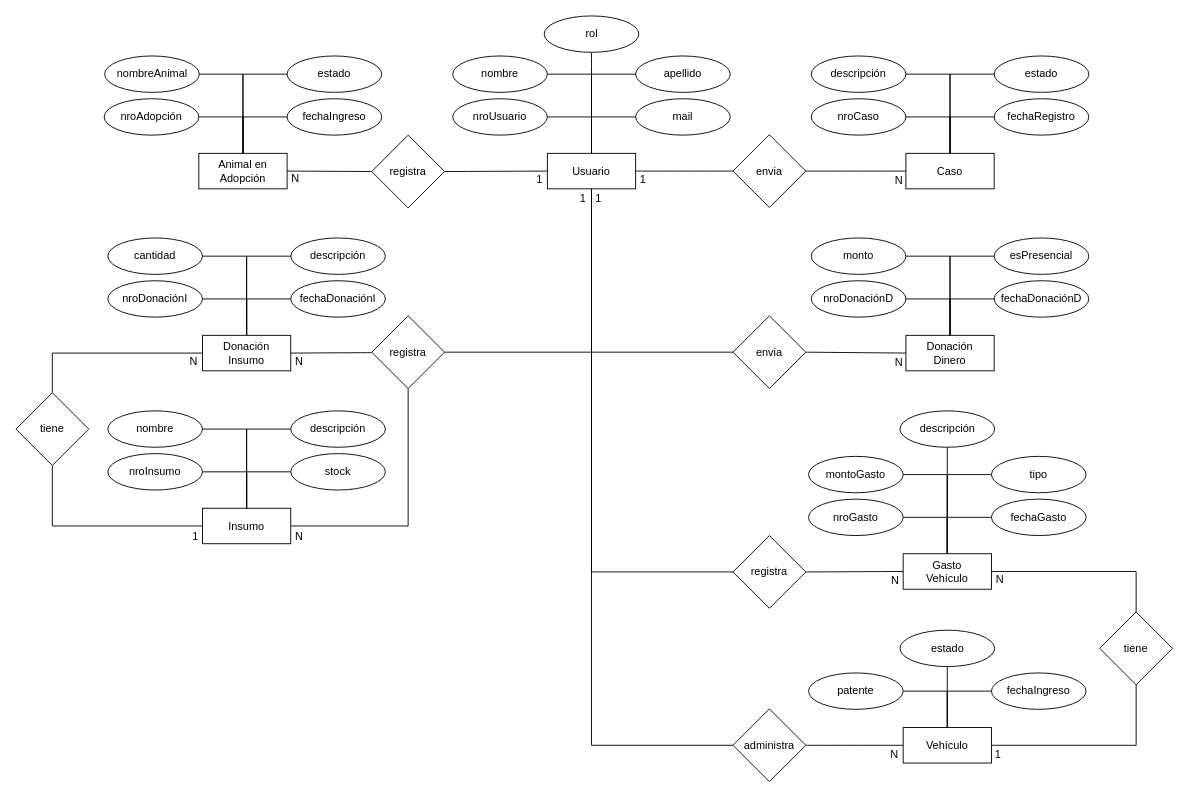
Before: DER RECAM.drawio in franualba/diagrams, a draw.io diagram. Source tidied: cells renumbered, new cells numbered last; positions are measured from the earlier drawing's top-left corner, leaving out a move shared by most shapes. Both pictures are drawn from the tidied source at 91%, with x=0, y=0 at pixel (15, 15).
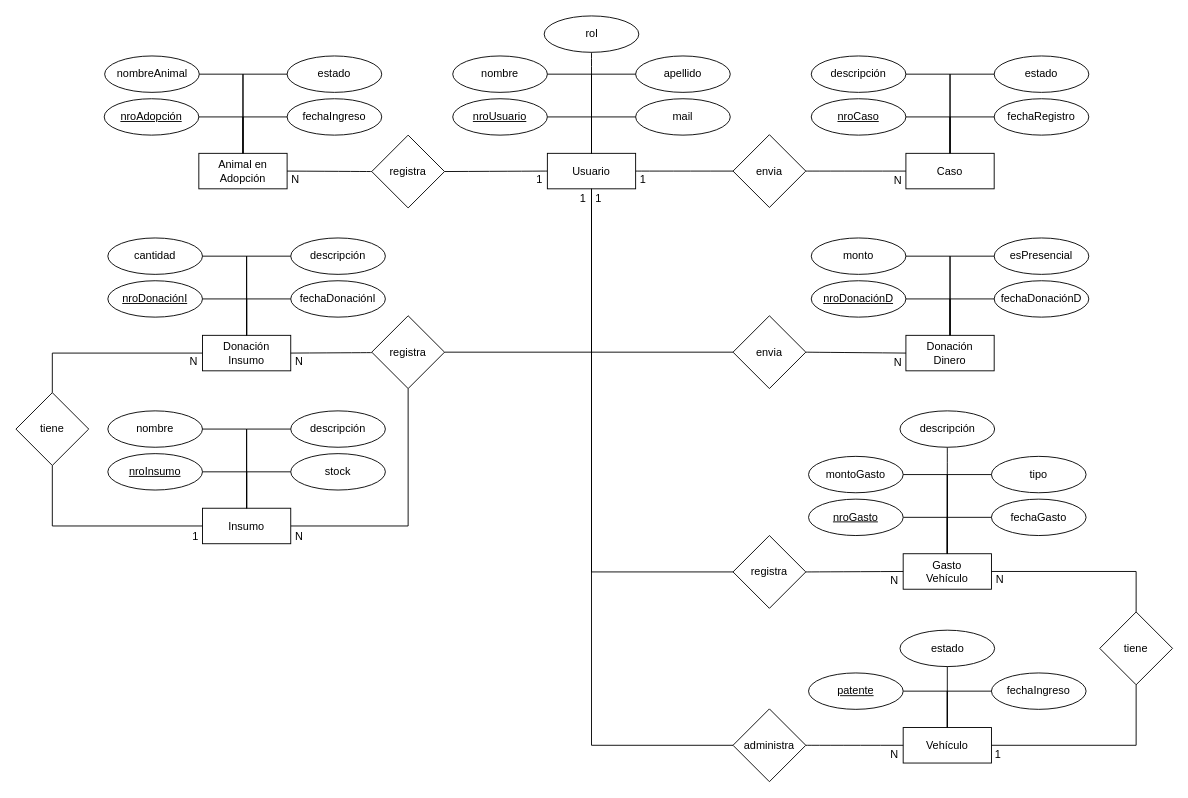
The same diagram, later.

The change refers to these unchanged cells:
```xml
<mxCell id="80" style="edgeStyle=none;curved=1;rounded=0;jettySize=auto;html=1;exitX=1;exitY=0.5;exitDx=0;exitDy=0;entryX=0;entryY=0.5;entryDx=0;entryDy=0;fontSize=12;startSize=8;endSize=8;endArrow=none;endFill=0;" parent="1" edge="1" source="82" target="23">
  <mxGeometry relative="1" as="geometry" />
</mxCell>
<mxCell id="83" style="edgeStyle=none;curved=1;rounded=0;jettySize=auto;html=1;exitX=0;exitY=0.5;exitDx=0;exitDy=0;entryX=1;entryY=0.5;entryDx=0;entryDy=0;fontSize=12;startSize=8;endSize=8;endArrow=none;endFill=0;" parent="1" edge="1" source="91" target="30">
  <mxGeometry relative="1" as="geometry" />
</mxCell>
```

The edit, as a diff of the source:
```diff
@@
-    <mxCell id="16" value="nroUsuario" style="ellipse;whiteSpace=wrap;html=1;" parent="1" vertex="1">
+    <mxCell id="16" value="&lt;u&gt;nroUsuario&lt;/u&gt;" style="ellipse;whiteSpace=wrap;html=1;" parent="1" vertex="1">
       <mxGeometry x="480" y="91" width="104" height="40" as="geometry" />
     </mxCell>
@@
-    <mxCell id="25" value="nroCaso" style="ellipse;whiteSpace=wrap;html=1;" parent="1" vertex="1">
+    <mxCell id="25" value="&lt;u&gt;nroCaso&lt;/u&gt;" style="ellipse;whiteSpace=wrap;html=1;" parent="1" vertex="1">
       <mxGeometry x="874" y="91" width="104" height="40" as="geometry" />
     </mxCell>
@@
-    <mxCell id="32" value="nroAdopción" style="ellipse;whiteSpace=wrap;html=1;" parent="1" vertex="1">
+    <mxCell id="32" value="&lt;u&gt;nroAdopción&lt;/u&gt;" style="ellipse;whiteSpace=wrap;html=1;" parent="1" vertex="1">
       <mxGeometry x="97" y="91" width="104" height="40" as="geometry" />
     </mxCell>
@@
-    <mxCell id="39" value="nroDonaciónD" style="ellipse;whiteSpace=wrap;html=1;" parent="1" vertex="1">
+    <mxCell id="39" value="&lt;u&gt;nroDonaciónD&lt;/u&gt;" style="ellipse;whiteSpace=wrap;html=1;" parent="1" vertex="1">
       <mxGeometry x="874" y="291" width="104" height="40" as="geometry" />
     </mxCell>
@@
-    <mxCell id="49" value="nroInsumo" style="ellipse;whiteSpace=wrap;html=1;" parent="1" vertex="1">
+    <mxCell id="49" value="&lt;u&gt;nroInsumo&lt;/u&gt;" style="ellipse;whiteSpace=wrap;html=1;" parent="1" vertex="1">
       <mxGeometry x="101" y="481" width="104" height="40" as="geometry" />
     </mxCell>
@@
-    <mxCell id="58" value="nroDonaciónI" style="ellipse;whiteSpace=wrap;html=1;" parent="1" vertex="1">
+    <mxCell id="58" value="&lt;u&gt;nroDonaciónI&lt;/u&gt;" style="ellipse;whiteSpace=wrap;html=1;" parent="1" vertex="1">
       <mxGeometry x="101" y="291" width="104" height="40" as="geometry" />
     </mxCell>
@@
-    <mxCell id="67" value="patente" style="ellipse;whiteSpace=wrap;html=1;" parent="1" vertex="1">
+    <mxCell id="67" value="&lt;u&gt;patente&lt;/u&gt;" style="ellipse;whiteSpace=wrap;html=1;" parent="1" vertex="1">
       <mxGeometry x="871" y="722" width="104" height="40" as="geometry" />
     </mxCell>
@@
-    <mxCell id="74" value="nroGasto" style="ellipse;whiteSpace=wrap;html=1;" parent="1" vertex="1">
+    <mxCell id="74" value="&lt;u&gt;nroGasto&lt;/u&gt;" style="ellipse;whiteSpace=wrap;html=1;" parent="1" vertex="1">
       <mxGeometry x="871" y="531" width="104" height="40" as="geometry" />
     </mxCell>
@@
     <mxCell id="81" value="N" style="edgeLabel;html=1;align=center;verticalAlign=middle;fontSize=12;" parent="80" vertex="1">
       <mxGeometry x="-0.04" y="1" relative="1" as="geometry">
-        <mxPoint x="48" y="11" as="offset" />
+        <mxPoint x="47" y="11" as="offset" />
       </mxGeometry>
     </mxCell>
@@
     <mxCell id="84" value="N" style="edgeLabel;html=1;align=center;verticalAlign=middle;fontSize=12;" parent="83" vertex="1">
       <mxGeometry x="-0.03" y="-2" relative="1" as="geometry">
-        <mxPoint x="-40" y="10" as="offset" />
+        <mxPoint x="-40" y="11" as="offset" />
       </mxGeometry>
     </mxCell>
@@
     <mxCell id="87" value="N" style="edgeLabel;html=1;align=center;verticalAlign=middle;fontSize=12;" parent="83" vertex="1">
       <mxGeometry x="-0.03" y="-2" relative="1" as="geometry">
-        <mxPoint x="623" y="212" as="offset" />
+        <mxPoint x="622" y="212" as="offset" />
       </mxGeometry>
     </mxCell>
@@
     <mxCell id="89" value="N" style="edgeLabel;html=1;align=center;verticalAlign=middle;fontSize=12;" parent="83" vertex="1">
       <mxGeometry x="-0.03" y="-2" relative="1" as="geometry">
-        <mxPoint x="619" y="452" as="offset" />
+        <mxPoint x="618" y="452" as="offset" />
       </mxGeometry>
     </mxCell>
```
